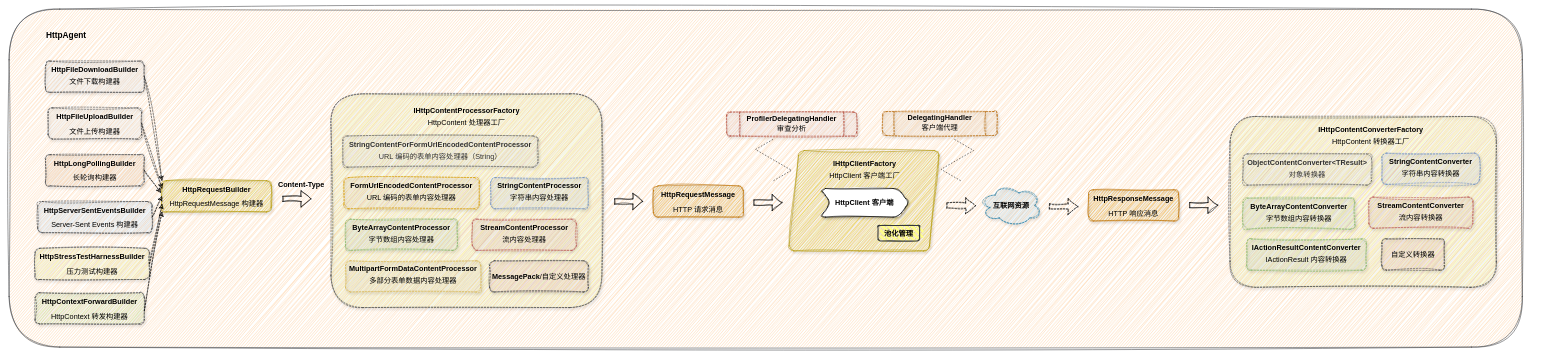
Above: drawio/HttpAgent.drawio in MonkSoul/HttpAgent (draw.io), before the change. Source tidied: cells renumbered, new cells numbered last; positions are measured from the earlier drawing's top-left corner, leaving out a move shared by most shapes. Both pictures are drawn from the tidied source at 52%, with x=0, y=0 at pixel (9, 9).
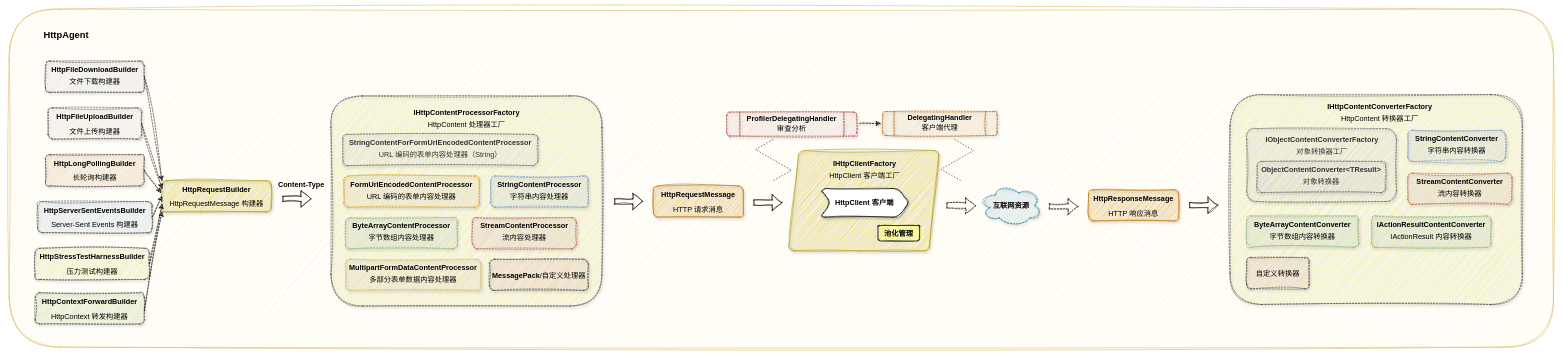
The same page after the edit.

Commit message (it also covers changes not shown here):
😊 调整架构图

What changed in the source:
```diff
@@
-    <mxCell id="2" style="rounded=1;whiteSpace=wrap;html=1;sketch=1;curveFitting=1;jiggle=2;fillColor=#ffcc99;strokeColor=#36393d;" parent="1" vertex="1">
-      <mxGeometry width="2910" height="650" as="geometry" />
+    <mxCell id="2" style="rounded=1;whiteSpace=wrap;html=1;sketch=1;curveFitting=1;jiggle=2;fillColor=#fff2cc;strokeColor=#d6b656;" parent="1" vertex="1">
+      <mxGeometry width="2970" height="650" as="geometry" />
     </mxCell>
+    <mxCell id="29" style="rounded=1;whiteSpace=wrap;html=1;fontSize=14;fontStyle=1;labelBackgroundColor=none;glass=0;shadow=1;sketch=1;curveFitting=1;jiggle=2;dashed=1;fillColor=#ffff88;strokeColor=#36393d;" parent="1" vertex="1">
+      <mxGeometry x="2348" y="164.5" width="562" height="403.5" as="geometry" />
+    </mxCell>
+    <mxCell id="52" value="&lt;div style=&quot;line-height: 200%;&quot;&gt;&lt;br&gt;&lt;/div&gt;" style="rounded=1;whiteSpace=wrap;html=1;fontSize=14;fontStyle=1;labelBackgroundColor=none;glass=0;shadow=1;sketch=1;curveFitting=1;jiggle=2;fillColor=#f5f5f5;strokeColor=#666666;dashed=1;fontColor=#333333;" parent="1" vertex="1">
+      <mxGeometry x="2380" y="230" width="288" height="140" as="geometry" />
+    </mxCell>
@@
     <mxCell id="16" style="rounded=1;whiteSpace=wrap;html=1;fontSize=14;fontStyle=1;labelBackgroundColor=none;glass=0;shadow=1;sketch=1;curveFitting=1;jiggle=2;dashed=1;fillColor=#ffff88;strokeColor=#36393d;" parent="1" vertex="1">
-      <mxGeometry x="619" y="163" width="521" height="411" as="geometry" />
+      <mxGeometry x="619" y="167" width="521" height="404" as="geometry" />
     </mxCell>
@@
     <mxCell id="19" value="ByteArrayContentProcessor&lt;div style=&quot;line-height: 200%;&quot;&gt;&lt;span style=&quot;font-weight: 400;&quot;&gt;字节数组内容处理器&lt;/span&gt;&lt;br&gt;&lt;/div&gt;" style="rounded=1;whiteSpace=wrap;html=1;fontSize=14;fontStyle=1;labelBackgroundColor=none;glass=0;shadow=1;sketch=1;curveFitting=1;jiggle=2;fillColor=#d5e8d4;strokeColor=#82b366;dashed=1;" parent="1" vertex="1">
-      <mxGeometry x="647" y="404" width="215" height="60" as="geometry" />
+      <mxGeometry x="647" y="401" width="215" height="60" as="geometry" />
     </mxCell>
     <mxCell id="20" value="FormUrlEncodedContentProcessor&lt;div style=&quot;line-height: 200%;&quot;&gt;&lt;span style=&quot;font-weight: 400;&quot;&gt;URL 编码的表单内容处理器&lt;/span&gt;&lt;br&gt;&lt;/div&gt;" style="rounded=1;whiteSpace=wrap;html=1;fontSize=14;fontStyle=1;labelBackgroundColor=none;glass=0;shadow=1;sketch=1;curveFitting=1;jiggle=2;fillColor=#ffe6cc;strokeColor=#d79b00;dashed=1;" parent="1" vertex="1">
-      <mxGeometry x="644" y="324" width="260" height="60" as="geometry" />
+      <mxGeometry x="644" y="321" width="260" height="60" as="geometry" />
     </mxCell>
     <mxCell id="21" value="MultipartFormDataContentProcessor&lt;div style=&quot;line-height: 200%;&quot;&gt;&lt;span style=&quot;font-weight: 400;&quot;&gt;多部分表单数据内容处理器&lt;/span&gt;&lt;br&gt;&lt;/div&gt;" style="rounded=1;whiteSpace=wrap;html=1;fontSize=14;fontStyle=1;labelBackgroundColor=none;glass=0;shadow=1;sketch=1;curveFitting=1;jiggle=2;fillColor=#fff2cc;strokeColor=#d6b656;dashed=1;" parent="1" vertex="1">
-      <mxGeometry x="647" y="484" width="260" height="60" as="geometry" />
+      <mxGeometry x="647" y="481" width="260" height="60" as="geometry" />
     </mxCell>
     <mxCell id="22" value="StreamContentProcessor&lt;div style=&quot;line-height: 200%;&quot;&gt;&lt;span style=&quot;font-weight: 400;&quot;&gt;流内容处理器&lt;/span&gt;&lt;br&gt;&lt;/div&gt;" style="rounded=1;whiteSpace=wrap;html=1;fontSize=14;fontStyle=1;labelBackgroundColor=none;glass=0;shadow=1;sketch=1;curveFitting=1;jiggle=2;fillColor=#f8cecc;strokeColor=#b85450;dashed=1;" parent="1" vertex="1">
-      <mxGeometry x="891" y="404" width="200" height="60" as="geometry" />
+      <mxGeometry x="891" y="401" width="200" height="60" as="geometry" />
     </mxCell>
     <mxCell id="23" value="StringContentForFormUrlEncodedContentProcessor&lt;div style=&quot;line-height: 200%;&quot;&gt;&lt;span style=&quot;font-weight: 400;&quot;&gt;URL 编码的表单内容处理器（String）&lt;/span&gt;&lt;br&gt;&lt;/div&gt;" style="rounded=1;whiteSpace=wrap;html=1;fontSize=14;fontStyle=1;labelBackgroundColor=none;glass=0;shadow=1;sketch=1;curveFitting=1;jiggle=2;fillColor=#f5f5f5;strokeColor=#666666;dashed=1;fontColor=#333333;" parent="1" vertex="1">
-      <mxGeometry x="642" y="244" width="375" height="60" as="geometry" />
+      <mxGeometry x="642" y="241" width="375" height="60" as="geometry" />
     </mxCell>
     <mxCell id="24" value="StringContentProcessor&lt;div style=&quot;line-height: 200%;&quot;&gt;&lt;span style=&quot;font-weight: 400;&quot;&gt;字符串内容处理器&lt;/span&gt;&lt;br&gt;&lt;/div&gt;" style="rounded=1;whiteSpace=wrap;html=1;fontSize=14;fontStyle=1;labelBackgroundColor=none;glass=0;shadow=1;sketch=1;curveFitting=1;jiggle=2;fillColor=#dae8fc;strokeColor=#6c8ebf;dashed=1;" parent="1" vertex="1">
-      <mxGeometry x="926" y="324" width="187.5" height="60" as="geometry" />
+      <mxGeometry x="926" y="321" width="187.5" height="60" as="geometry" />
     </mxCell>
     <mxCell id="25" value="&lt;span style=&quot;font-size: 14px; font-weight: 700;&quot;&gt;IHttpContentProcessorFactory&lt;/span&gt;&lt;div style=&quot;font-size: 14px; font-weight: 700; line-height: 28px;&quot;&gt;&lt;span style=&quot;font-weight: 400;&quot;&gt;HttpContent 处理器工厂&lt;/span&gt;&lt;/div&gt;" style="text;html=1;align=center;verticalAlign=middle;whiteSpace=wrap;rounded=0;" parent="1" vertex="1">
-      <mxGeometry x="759.5" y="194" width="240" height="30" as="geometry" />
+      <mxGeometry x="759.5" y="198" width="240" height="30" as="geometry" />
     </mxCell>
     <mxCell id="26" value="&lt;div style=&quot;line-height: 200%;&quot;&gt;&lt;span style=&quot;background-color: initial;&quot;&gt;MessagePack&lt;/span&gt;&lt;span style=&quot;background-color: initial; font-weight: 400;&quot;&gt;/&lt;/span&gt;&lt;span style=&quot;font-weight: 400;&quot;&gt;自定义处理器&lt;/span&gt;&lt;br&gt;&lt;/div&gt;" style="rounded=1;whiteSpace=wrap;html=1;fontSize=14;fontStyle=1;labelBackgroundColor=none;glass=0;shadow=1;sketch=1;curveFitting=1;jiggle=2;fillColor=#ffcccc;strokeColor=#36393d;dashed=1;" parent="1" vertex="1">
-      <mxGeometry x="924" y="484" width="190" height="60" as="geometry" />
+      <mxGeometry x="924" y="481" width="190" height="60" as="geometry" />
     </mxCell>
@@
-    <mxCell id="29" style="rounded=1;whiteSpace=wrap;html=1;fontSize=14;fontStyle=1;labelBackgroundColor=none;glass=0;shadow=1;sketch=1;curveFitting=1;jiggle=2;dashed=1;fillColor=#ffff88;strokeColor=#36393d;" parent="1" vertex="1">
-      <mxGeometry x="2348" y="206.5" width="512" height="328.5" as="geometry" />
-    </mxCell>
     <mxCell id="30" value="ByteArrayContentConverter&lt;div style=&quot;line-height: 200%;&quot;&gt;&lt;span style=&quot;font-weight: 400;&quot;&gt;字节数组内容转换器&lt;/span&gt;&lt;br&gt;&lt;/div&gt;" style="rounded=1;whiteSpace=wrap;html=1;fontSize=14;fontStyle=1;labelBackgroundColor=none;glass=0;shadow=1;sketch=1;curveFitting=1;jiggle=2;fillColor=#d5e8d4;strokeColor=#82b366;dashed=1;" parent="1" vertex="1">
-      <mxGeometry x="2373" y="363.5" width="215" height="60" as="geometry" />
+      <mxGeometry x="2380" y="398" width="215" height="60" as="geometry" />
     </mxCell>
     <mxCell id="31" value="StreamContentConverter&lt;div style=&quot;line-height: 200%;&quot;&gt;&lt;span style=&quot;font-weight: 400;&quot;&gt;流内容转换器&lt;/span&gt;&lt;br&gt;&lt;/div&gt;" style="rounded=1;whiteSpace=wrap;html=1;fontSize=14;fontStyle=1;labelBackgroundColor=none;glass=0;shadow=1;sketch=1;curveFitting=1;jiggle=2;fillColor=#f8cecc;strokeColor=#b85450;dashed=1;" parent="1" vertex="1">
-      <mxGeometry x="2615" y="361.5" width="200" height="60" as="geometry" />
+      <mxGeometry x="2690" y="315.5" width="200" height="60" as="geometry" />
     </mxCell>
     <mxCell id="32" value="ObjectContentConverter&amp;lt;TResult&amp;gt;&lt;div style=&quot;line-height: 200%;&quot;&gt;&lt;span style=&quot;font-weight: 400;&quot;&gt;对象转换器&lt;/span&gt;&lt;br&gt;&lt;/div&gt;" style="rounded=1;whiteSpace=wrap;html=1;fontSize=14;fontStyle=1;labelBackgroundColor=none;glass=0;shadow=1;sketch=1;curveFitting=1;jiggle=2;fillColor=#f5f5f5;strokeColor=#666666;dashed=1;fontColor=#333333;" parent="1" vertex="1">
-      <mxGeometry x="2373" y="278.5" width="247" height="60" as="geometry" />
+      <mxGeometry x="2400" y="293" width="247" height="60" as="geometry" />
     </mxCell>
     <mxCell id="33" value="StringContentConverter&lt;div style=&quot;line-height: 200%;&quot;&gt;&lt;span style=&quot;font-weight: 400;&quot;&gt;字符串内容转换器&lt;/span&gt;&lt;br&gt;&lt;/div&gt;" style="rounded=1;whiteSpace=wrap;html=1;fontSize=14;fontStyle=1;labelBackgroundColor=none;glass=0;shadow=1;sketch=1;curveFitting=1;jiggle=2;fillColor=#dae8fc;strokeColor=#6c8ebf;dashed=1;" parent="1" vertex="1">
-      <mxGeometry x="2640" y="277" width="187.5" height="60" as="geometry" />
+      <mxGeometry x="2690" y="233" width="187.5" height="60" as="geometry" />
     </mxCell>
     <mxCell id="34" value="&lt;span style=&quot;font-size: 14px;&quot;&gt;&lt;b&gt;IHttpContentConverterFactory&lt;/b&gt;&lt;/span&gt;&lt;br&gt;&lt;div style=&quot;font-size: 14px; font-weight: 700; line-height: 28px;&quot;&gt;&lt;span style=&quot;font-weight: 400;&quot;&gt;HttpContent 转换器工厂&lt;/span&gt;&lt;/div&gt;" style="text;html=1;align=center;verticalAlign=middle;whiteSpace=wrap;rounded=0;" parent="1" vertex="1">
-      <mxGeometry x="2499" y="230.5" width="240" height="30" as="geometry" />
+      <mxGeometry x="2516" y="185.5" width="240" height="30" as="geometry" />
     </mxCell>
     <mxCell id="35" value="&lt;div style=&quot;line-height: 200%;&quot;&gt;&lt;span style=&quot;font-weight: 400;&quot;&gt;自定义转换器&lt;/span&gt;&lt;br&gt;&lt;/div&gt;" style="rounded=1;whiteSpace=wrap;html=1;fontSize=14;fontStyle=1;labelBackgroundColor=none;glass=0;shadow=1;sketch=1;curveFitting=1;jiggle=2;fillColor=#ffcccc;strokeColor=#36393d;dashed=1;" parent="1" vertex="1">
-      <mxGeometry x="2640" y="442" width="120" height="60" as="geometry" />
+      <mxGeometry x="2380" y="478" width="120" height="60" as="geometry" />
     </mxCell>
@@
-    <mxCell id="50" value="HttpAgent" style="text;html=1;align=center;verticalAlign=middle;whiteSpace=wrap;rounded=0;fontStyle=1;fontSize=16;" parent="1" vertex="1">
+    <mxCell id="50" value="HttpAgent" style="text;html=1;align=center;verticalAlign=middle;whiteSpace=wrap;rounded=0;fontStyle=1;fontSize=18;" parent="1" vertex="1">
       <mxGeometry x="65" y="36" width="90" height="30" as="geometry" />
     </mxCell>
     <mxCell id="51" value="IActionResultContentConverter&lt;div style=&quot;line-height: 200%;&quot;&gt;&lt;span style=&quot;font-weight: 400;&quot;&gt;IActionResult 内容转换器&lt;/span&gt;&lt;br&gt;&lt;/div&gt;" style="rounded=1;whiteSpace=wrap;html=1;fontSize=14;fontStyle=1;labelBackgroundColor=none;glass=0;shadow=1;sketch=1;curveFitting=1;jiggle=2;fillColor=#d5e8d4;strokeColor=#82b366;dashed=1;" parent="1" vertex="1">
-      <mxGeometry x="2380" y="442" width="230" height="60" as="geometry" />
+      <mxGeometry x="2620" y="398" width="230" height="60" as="geometry" />
     </mxCell>
+    <mxCell id="53" value="&lt;span style=&quot;color: rgb(51, 51, 51); font-size: 14px; font-weight: 700;&quot;&gt;IObjectContentConverterFactory&lt;/span&gt;&lt;div style=&quot;color: rgb(51, 51, 51); font-size: 14px; font-weight: 700; line-height: 28px;&quot;&gt;&lt;span style=&quot;font-weight: 400;&quot;&gt;对象转换器工厂&lt;/span&gt;&lt;/div&gt;" style="text;html=1;align=center;verticalAlign=middle;whiteSpace=wrap;rounded=0;" parent="1" vertex="1">
+      <mxGeometry x="2405" y="250" width="240" height="30" as="geometry" />
+    </mxCell>
+    <mxCell id="54" style="endArrow=classic;html=1;rounded=0;entryX=0;entryY=0.5;entryDx=0;entryDy=0;dashed=1;sketch=1;curveFitting=1;jiggle=2;shadow=1;" parent="1" edge="1">
+      <mxGeometry relative="1" as="geometry">
+        <mxPoint x="1636" y="220" as="sourcePoint" />
+        <mxPoint x="1676" y="220" as="targetPoint" />
+      </mxGeometry>
+    </mxCell>
```
